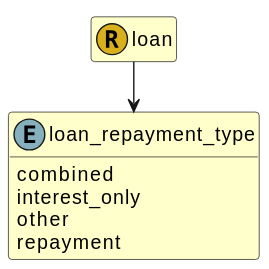
This is images/fire.model.loan_repayment_type.svg from Schemarise/demo-alfa-with-fire-json-model, a PlantUML export, as it was before one commit.
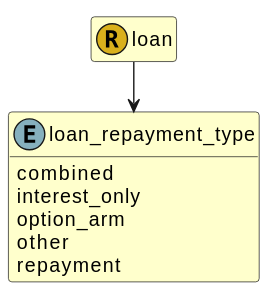
The same file after the commit.

What changed in the source:
```diff
@@ -14,6 +14,7 @@
 
   combined
   interest_only
+  option_arm
   other
   repayment
 
```
